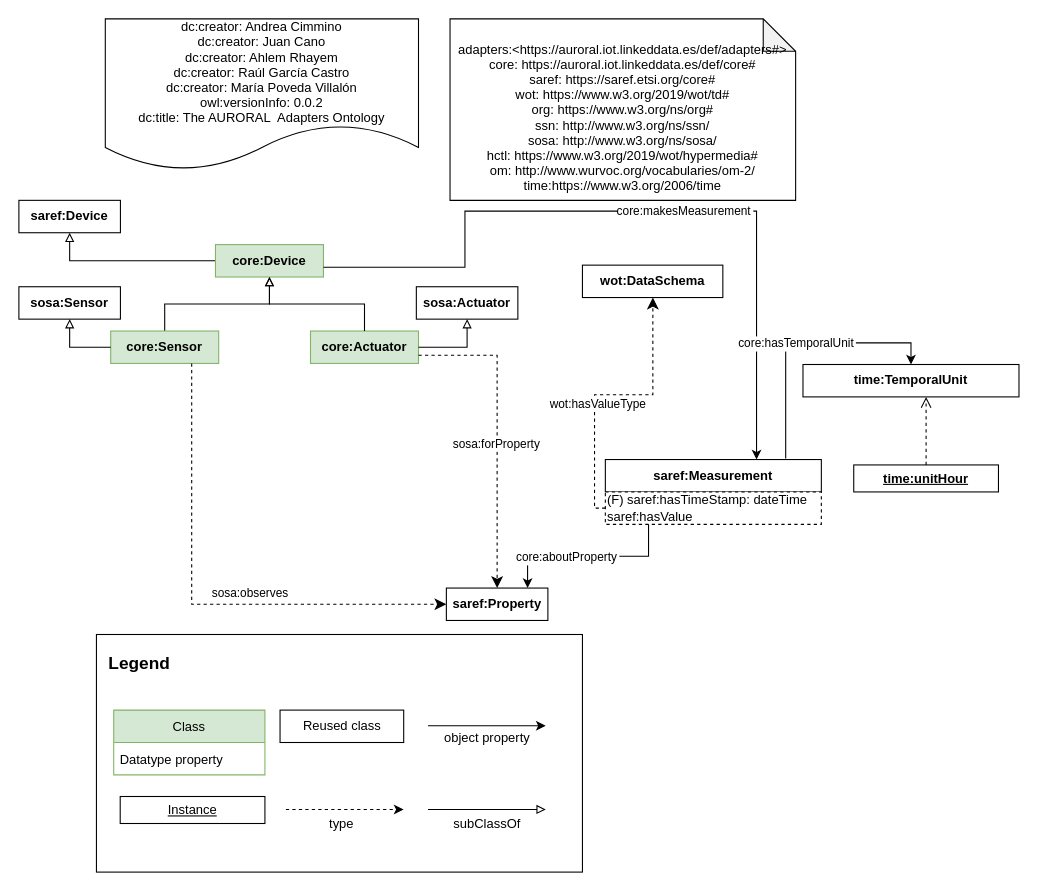
The draw.io diagram page "V2" (1 of 2) of Diagrams/adapters-general.drawio in oeg-upm/auroral-adapters-ontology, before the edit. Source tidied: cells renumbered, new cells numbered last; positions are measured from the earlier drawing's top-left corner, leaving out a move shared by most shapes. Both pictures are drawn from the tidied source at 108%, with x=0, y=0 at pixel (18, 18).
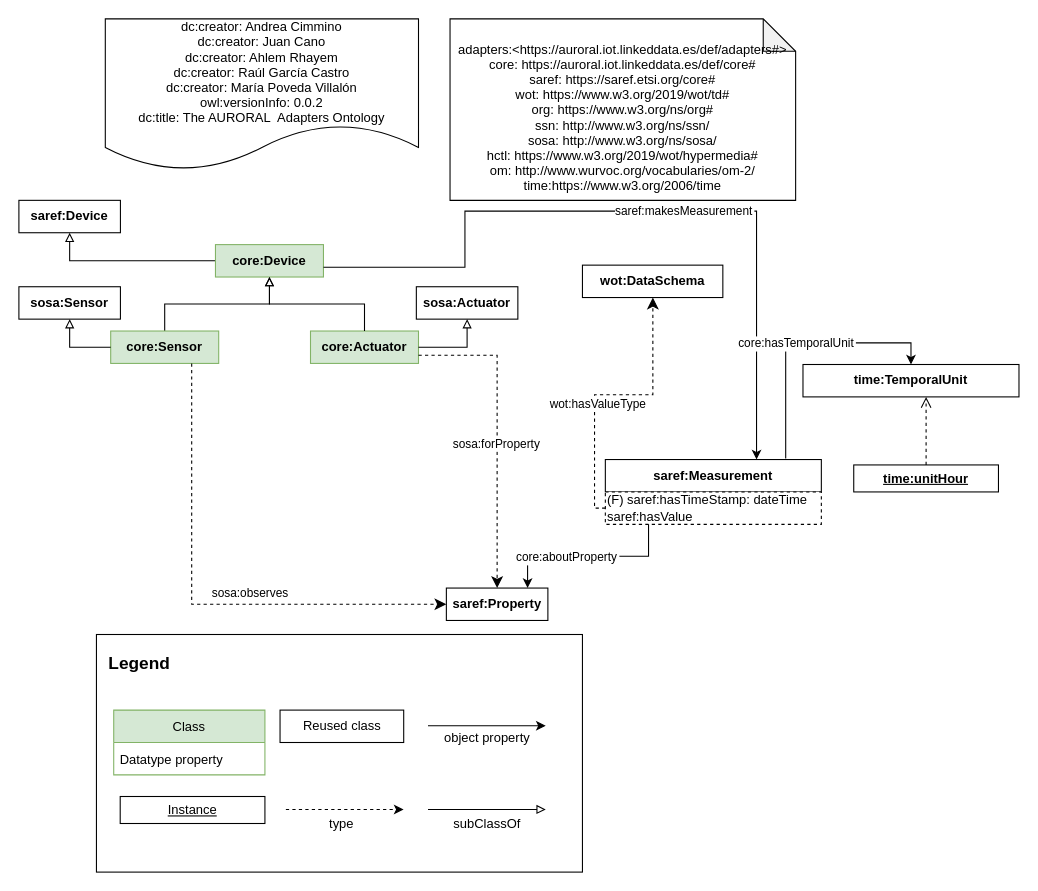
The same page after the edit.

The change refers to these unchanged cells:
```xml
<mxCell id="6" value="&lt;b&gt;core:Device&lt;/b&gt;" style="rounded=0;whiteSpace=wrap;html=1;fillColor=#d5e8d4;strokeColor=#82b366;points=[[0.1,0],[0.2,0],[0.3,0],[0.4,0],[0.5,0],[0.6,0],[0.7,0],[0.8,0],[0.9,0],[0,0.1],[0,0.3],[0,0.5],[0,0.7],[0,0.9],[0.1,1],[0.2,1],[0.3,1],[0.4,1],[0.5,1],[0.6,1],[0.7,1],[0.8,1],[0.9,1],[1,0.1],[1,0.3],[1,0.5],[1,0.7],[1,0.9]];" parent="1" vertex="1">
  <mxGeometry x="182" y="209" width="100" height="30" as="geometry" />
</mxCell>
<mxCell id="32" value="&lt;b&gt;saref:Measurement&lt;/b&gt;" style="rounded=0;whiteSpace=wrap;html=1;" parent="1" vertex="1">
  <mxGeometry x="543" y="408" width="200" height="30" as="geometry" />
</mxCell>
```

Change to the diagram source:
```diff
@@
-    <mxCell id="37" value="core:makesMeasurement" style="edgeStyle=orthogonalEdgeStyle;rounded=0;jettySize=auto;fontSize=11;endArrow=classic;endFill=1;exitX=1;exitY=0.7;exitDx=0;exitDy=0;" parent="1" edge="1" source="6" target="32">
+    <mxCell id="37" value="saref:makesMeasurement" style="edgeStyle=orthogonalEdgeStyle;rounded=0;jettySize=auto;fontSize=11;endArrow=classic;endFill=1;exitX=1;exitY=0.7;exitDx=0;exitDy=0;" parent="1" edge="1" source="6" target="32">
       <mxGeometry x="0.13" relative="1" as="geometry">
         <Array as="points">
           <mxPoint x="413" y="230" />
           <mxPoint x="413" y="178" />
           <mxPoint x="683" y="178" />
         </Array>
       </mxGeometry>
     </mxCell>
```
